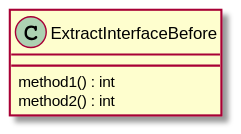
Above: uml/Extract/Before/ExtractInterfaceBefore.svg in claremacrae/RefactoringSamples (PlantUML), before the change. The source it was exported from:
```plantuml
@startuml
class ExtractInterfaceBefore {
    method1() : int
    method2() : int
}
@enduml
```
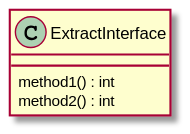
The same file after the commit.

Commit message:
Remove unnecessary Before suffix from class names

The edit, as a diff of the source:
```diff
@@ -1,5 +1,5 @@
 @startuml
-class ExtractInterfaceBefore {
+class ExtractInterface {
     method1() : int
     method2() : int
 }
```
